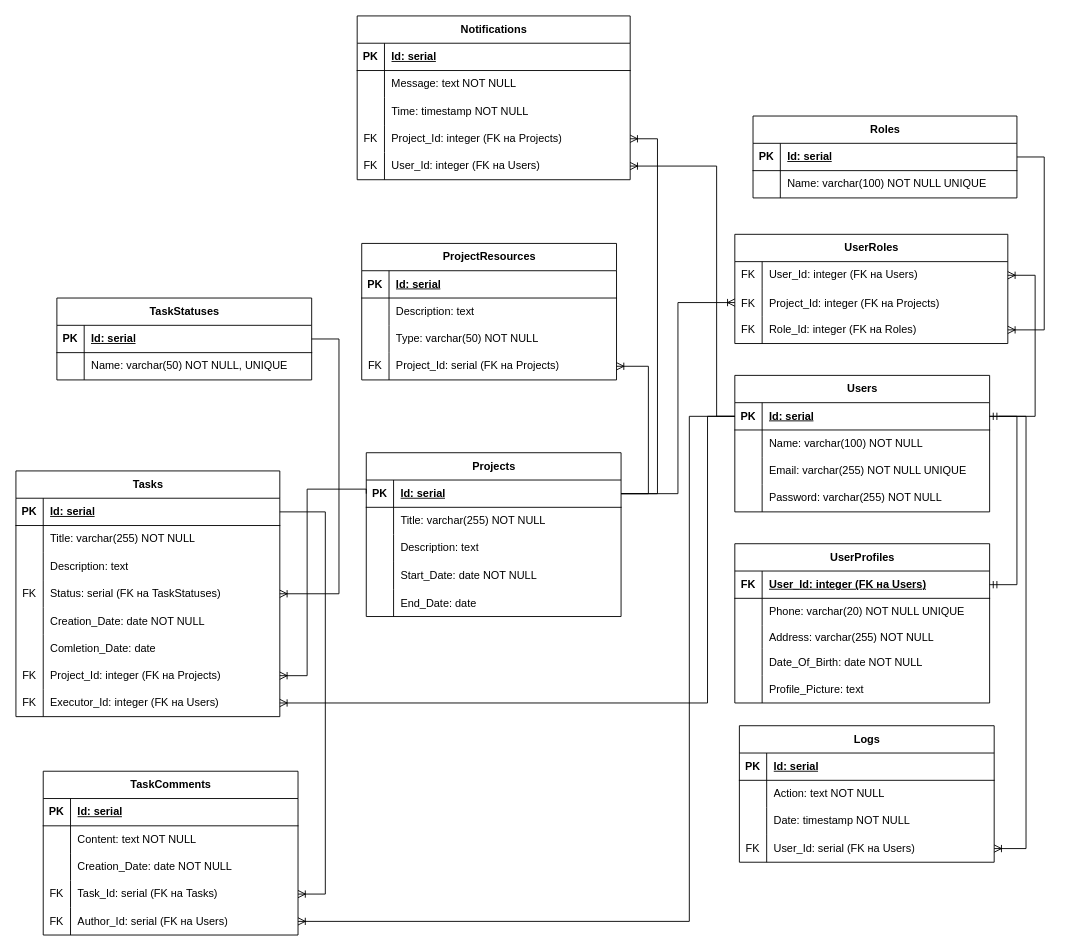
This is DB_scheme.drawio from Pumpardian/DMnDBCS, a draw.io file, before an edit. Source tidied: cells renumbered, new cells numbered last; positions are measured from the earlier drawing's top-left corner, leaving out a move shared by most shapes. Both pictures are drawn from the tidied source at 91%, with x=0, y=0 at pixel (15, 15).
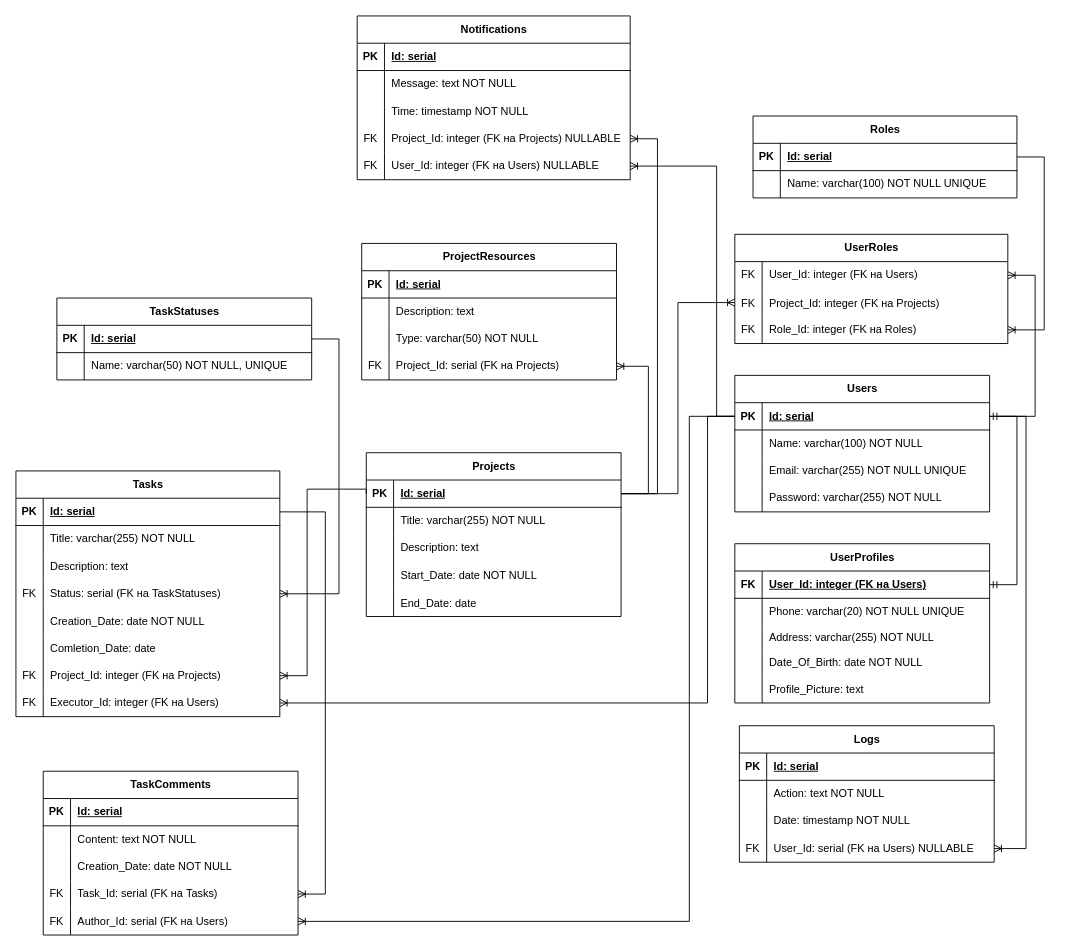
After the change.

The change refers to these unchanged cells:
```xml
<mxCell id="102" style="shape=tableRow;horizontal=0;startSize=0;swimlaneHead=0;swimlaneBody=0;fillColor=none;points=[[0,0.5],[1,0.5]];portConstraint=eastwest;top=0;left=0;right=0;bottom=0;" parent="92" vertex="1">
  <mxGeometry y="120" width="280" height="30" as="geometry" />
</mxCell>
<mxCell id="115" style="shape=tableRow;horizontal=0;startSize=0;swimlaneHead=0;swimlaneBody=0;fillColor=none;points=[[0,0.5],[1,0.5]];portConstraint=eastwest;top=0;left=0;right=0;bottom=0;" parent="105" vertex="1">
  <mxGeometry y="120" width="300" height="30" as="geometry" />
</mxCell>
<mxCell id="118" style="shape=tableRow;horizontal=0;startSize=0;swimlaneHead=0;swimlaneBody=0;fillColor=none;points=[[0,0.5],[1,0.5]];portConstraint=eastwest;top=0;left=0;right=0;bottom=0;" parent="105" vertex="1">
  <mxGeometry y="150" width="300" height="30" as="geometry" />
</mxCell>
```

Change to the diagram source:
```diff
@@
-    <mxCell id="104" value="User_Id: serial (FK на Users)" style="shape=partialRectangle;fillColor=none;top=0;left=0;bottom=0;right=0;align=left;spacingLeft=6;fontStyle=0;overflow=hidden;whiteSpace=wrap;html=1;" parent="102" vertex="1">
+    <mxCell id="104" value="User_Id: serial (FK на Users) NULLABLE" style="shape=partialRectangle;fillColor=none;top=0;left=0;bottom=0;right=0;align=left;spacingLeft=6;fontStyle=0;overflow=hidden;whiteSpace=wrap;html=1;" parent="102" vertex="1">
       <mxGeometry x="30" width="250" height="30" as="geometry" />
     </mxCell>
@@
-    <mxCell id="117" value="Project_Id: integer (FK на Projects)" style="shape=partialRectangle;fillColor=none;top=0;left=0;bottom=0;right=0;align=left;spacingLeft=6;overflow=hidden;whiteSpace=wrap;html=1;" parent="115" vertex="1">
+    <mxCell id="117" value="Project_Id: integer (FK на Projects) NULLABLE" style="shape=partialRectangle;fillColor=none;top=0;left=0;bottom=0;right=0;align=left;spacingLeft=6;overflow=hidden;whiteSpace=wrap;html=1;" parent="115" vertex="1">
       <mxGeometry x="30" width="270" height="30" as="geometry" />
     </mxCell>
@@
-    <mxCell id="120" value="User_Id: integer (FK на Users)" style="shape=partialRectangle;fillColor=none;top=0;left=0;bottom=0;right=0;align=left;spacingLeft=6;fontStyle=0;overflow=hidden;whiteSpace=wrap;html=1;" parent="118" vertex="1">
+    <mxCell id="120" value="User_Id: integer (FK на Users) NULLABLE" style="shape=partialRectangle;fillColor=none;top=0;left=0;bottom=0;right=0;align=left;spacingLeft=6;fontStyle=0;overflow=hidden;whiteSpace=wrap;html=1;" parent="118" vertex="1">
       <mxGeometry x="30" width="270" height="30" as="geometry" />
     </mxCell>
```
